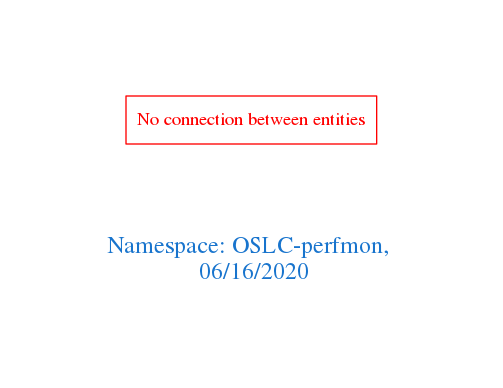
The Graphviz diagram downloads/OSLC-perfmon.png in arago/OGIT, before a commit. Its source is kept beside it as downloads/OSLC-perfmon.dot.
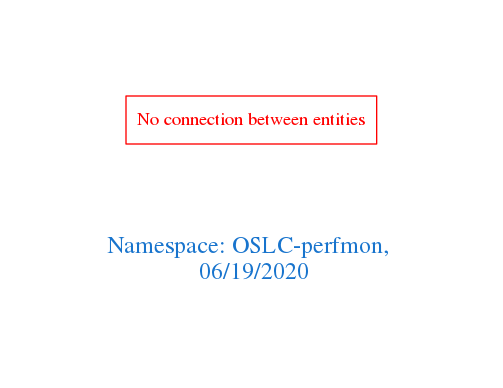
The same diagram one commit later.

What changed in the source:
```diff
@@ -1,7 +1,7 @@
 digraph OGIT_ontology {
  graph [ rankdir= LR,pad=1
 fontsize = 18,
-fontcolor= dodgerblue3,label = "\n\n\nNamespace: OSLC-perfmon, \n 06/16/2020"];
+fontcolor= dodgerblue3,label = "\n\n\nNamespace: OSLC-perfmon, \n 06/19/2020"];
 node[shape=polygon];
 edge [  color="gray81"];
 
```
